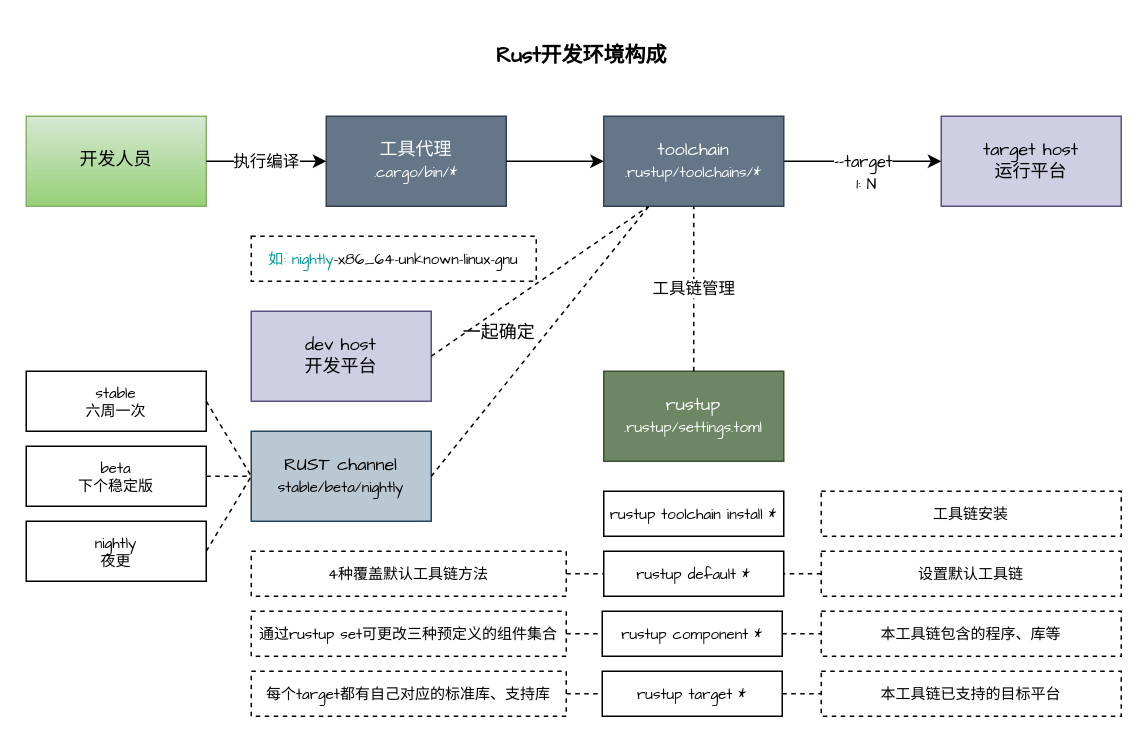
The draw.io diagram note/diagram/rustup.drawio in muksee/drust, before the edit. Source tidied: cells renumbered, new cells numbered last; positions are measured from the earlier drawing's top-left corner, leaving out a move shared by most shapes. Both pictures are drawn from the tidied source at 150%, with x=0, y=0 at pixel (26, 33).
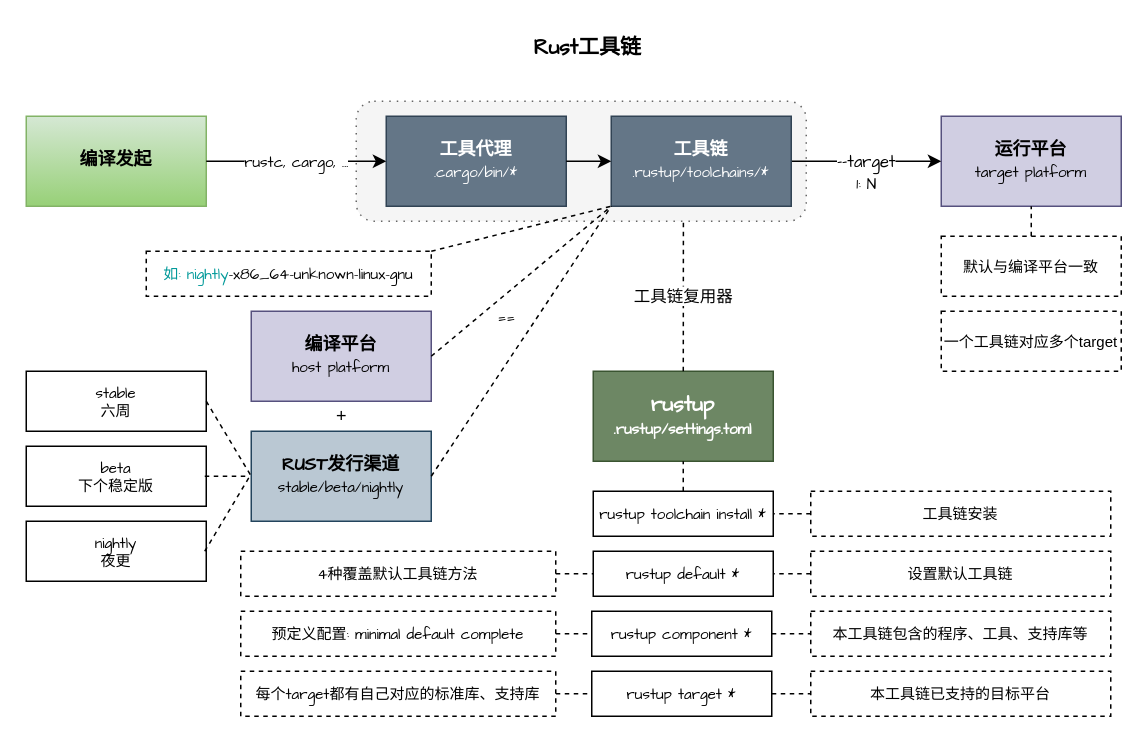
Above is the later version.

Unchanged cells that the change refers to:
```xml
<mxCell id="4" value="beta&lt;br style=&quot;font-size: 10px;&quot;&gt;下个稳定版" style="rounded=0;whiteSpace=wrap;html=1;fontFamily=Comic Sans MS;fontSize=10;" parent="1" vertex="1">
  <mxGeometry y="275" width="120" height="40" as="geometry" />
</mxCell>
<mxCell id="5" value="nightly&lt;br style=&quot;font-size: 10px;&quot;&gt;夜更" style="rounded=0;whiteSpace=wrap;html=1;fontFamily=Comic Sans MS;fontSize=10;" parent="1" vertex="1">
  <mxGeometry y="325" width="120" height="40" as="geometry" />
</mxCell>
```

What changed in the source:
```diff
@@
+    <mxCell id="42" style="rounded=1;whiteSpace=wrap;html=1;fontSize=10;dashed=1;dashPattern=1 4;fillColor=#f5f5f5;strokeColor=#666666;fontColor=#333333;" parent="1" vertex="1">
+      <mxGeometry x="220" y="45" width="300" height="80" as="geometry" />
+    </mxCell>
-    <mxCell id="2" value="dev host&lt;br&gt;开发平台" style="rounded=0;whiteSpace=wrap;html=1;strokeColor=#56517e;fontFamily=Comic Sans MS;fillColor=#d0cee2;" parent="1" vertex="1">
+    <mxCell id="2" value="&lt;b&gt;编译平台&lt;br&gt;&lt;/b&gt;&lt;font style=&quot;font-size: 10px;&quot;&gt;host platform&lt;/font&gt;" style="rounded=0;whiteSpace=wrap;html=1;strokeColor=#56517e;fontFamily=Comic Sans MS;fillColor=#d0cee2;" parent="1" vertex="1">
       <mxGeometry x="150" y="185" width="120" height="60" as="geometry" />
     </mxCell>
-    <mxCell id="3" value="stable&lt;br style=&quot;font-size: 10px;&quot;&gt;六周一次" style="rounded=0;whiteSpace=wrap;html=1;fontFamily=Comic Sans MS;fontSize=10;" parent="1" vertex="1">
+    <mxCell id="3" value="stable&lt;br style=&quot;font-size: 10px;&quot;&gt;六周" style="rounded=0;whiteSpace=wrap;html=1;fontFamily=Comic Sans MS;fontSize=10;" parent="1" vertex="1">
       <mxGeometry y="225" width="120" height="40" as="geometry" />
     </mxCell>
@@
-    <mxCell id="6" value="RUST channel&lt;br&gt;&lt;font style=&quot;font-size: 10px;&quot;&gt;stable/beta/nightly&lt;/font&gt;" style="rounded=0;whiteSpace=wrap;html=1;strokeColor=#23445d;fontFamily=Comic Sans MS;fillColor=#bac8d3;" parent="1" vertex="1">
+    <mxCell id="6" value="&lt;font style=&quot;&quot;&gt;&lt;b&gt;RUST发行渠道&lt;br&gt;&lt;/b&gt;&lt;/font&gt;&lt;font style=&quot;font-size: 10px;&quot;&gt;stable/beta/nightly&lt;/font&gt;" style="rounded=0;whiteSpace=wrap;html=1;strokeColor=#23445d;fontFamily=Comic Sans MS;fillColor=#bac8d3;" parent="1" vertex="1">
       <mxGeometry x="150" y="265" width="120" height="60" as="geometry" />
     </mxCell>
-    <mxCell id="7" value="target host&lt;br&gt;运行平台" style="rounded=0;whiteSpace=wrap;html=1;fontFamily=Comic Sans MS;fillColor=#d0cee2;strokeColor=#56517e;" parent="1" vertex="1">
+    <mxCell id="7" value="&lt;b&gt;运行平台&lt;br&gt;&lt;/b&gt;&lt;font style=&quot;font-size: 10px;&quot;&gt;target platform&lt;/font&gt;" style="rounded=0;whiteSpace=wrap;html=1;fontFamily=Comic Sans MS;fillColor=#d0cee2;strokeColor=#56517e;" parent="1" vertex="1">
       <mxGeometry x="610" y="55" width="120" height="60" as="geometry" />
     </mxCell>
-    <mxCell id="8" value="工具代理&lt;br&gt;&lt;font style=&quot;font-size: 10px;&quot;&gt;.cargo/bin/*&lt;/font&gt;" style="rounded=0;whiteSpace=wrap;html=1;fontFamily=Comic Sans MS;fillColor=#647687;fontColor=#ffffff;strokeColor=#314354;" parent="1" vertex="1">
-      <mxGeometry x="200" y="55" width="120" height="60" as="geometry" />
+    <mxCell id="8" value="&lt;b&gt;工具代理&lt;br&gt;&lt;/b&gt;&lt;font style=&quot;font-size: 10px;&quot;&gt;.cargo/bin/*&lt;/font&gt;" style="rounded=0;whiteSpace=wrap;html=1;fontFamily=Comic Sans MS;fillColor=#647687;fontColor=#ffffff;strokeColor=#314354;" parent="1" vertex="1">
+      <mxGeometry x="240" y="55" width="120" height="60" as="geometry" />
     </mxCell>
@@
-    <mxCell id="10" value="toolchain&lt;br&gt;&lt;font style=&quot;font-size: 10px;&quot;&gt;.rustup/toolchains/*&lt;/font&gt;" style="rounded=0;whiteSpace=wrap;html=1;fontFamily=Comic Sans MS;fillColor=#647687;fontColor=#ffffff;strokeColor=#314354;" parent="1" vertex="1">
-      <mxGeometry x="385" y="55" width="120" height="60" as="geometry" />
+    <mxCell id="10" value="&lt;font style=&quot;&quot;&gt;&lt;b&gt;工具链&lt;br&gt;&lt;/b&gt;&lt;/font&gt;&lt;font style=&quot;font-size: 10px;&quot;&gt;.rustup/toolchains/*&lt;/font&gt;" style="rounded=0;whiteSpace=wrap;html=1;fontFamily=Comic Sans MS;fillColor=#647687;fontColor=#ffffff;strokeColor=#314354;" parent="1" vertex="1">
+      <mxGeometry x="390" y="55" width="120" height="60" as="geometry" />
     </mxCell>
-    <mxCell id="11" value="开发人员" style="rounded=0;whiteSpace=wrap;html=1;fontFamily=Comic Sans MS;fillColor=#d5e8d4;strokeColor=#82b366;gradientColor=#97d077;" parent="1" vertex="1">
+    <mxCell id="11" value="&lt;b&gt;编译发起&lt;/b&gt;" style="rounded=0;whiteSpace=wrap;html=1;fontFamily=Comic Sans MS;fillColor=#d5e8d4;strokeColor=#82b366;gradientColor=#97d077;" parent="1" vertex="1">
       <mxGeometry y="55" width="120" height="60" as="geometry" />
     </mxCell>
-    <mxCell id="12" value="执行编译" style="endArrow=classic;html=1;exitX=1;exitY=0.5;exitDx=0;exitDy=0;fontFamily=Comic Sans MS;" parent="1" edge="1" source="11" target="8">
-      <mxGeometry relative="1" as="geometry" />
+    <mxCell id="12" value="&lt;font style=&quot;font-size: 10px;&quot;&gt;rustc, cargo, ...&lt;/font&gt;" style="endArrow=classic;html=1;exitX=1;exitY=0.5;exitDx=0;exitDy=0;fontFamily=Comic Sans MS;" parent="1" edge="1" source="11" target="8">
+      <mxGeometry relative="1" as="geometry">
+        <Array as="points">
+          <mxPoint x="160" y="85" />
+        </Array>
+      </mxGeometry>
     </mxCell>
     <mxCell id="13" value="&lt;font color=&quot;#009999&quot; style=&quot;font-size: 10px;&quot;&gt;如: nightly&lt;/font&gt;-&lt;font style=&quot;font-size: 10px;&quot;&gt;x86_64-unknown-linux-gnu&lt;/font&gt;" style="rounded=0;whiteSpace=wrap;html=1;dashed=1;fontFamily=Comic Sans MS;fontSize=10;" parent="1" vertex="1">
-      <mxGeometry x="150" y="135" width="190" height="30" as="geometry" />
+      <mxGeometry x="80" y="145" width="190" height="30" as="geometry" />
     </mxCell>
@@
-    <mxCell id="15" style="endArrow=none;dashed=1;html=1;fontColor=#000000;exitX=1;exitY=0.5;exitDx=0;exitDy=0;fontFamily=Comic Sans MS;entryX=0.25;entryY=1;entryDx=0;entryDy=0;" parent="1" edge="1" source="2" target="10">
+    <mxCell id="15" style="endArrow=none;dashed=1;html=1;fontColor=#000000;exitX=1;exitY=0.5;exitDx=0;exitDy=0;fontFamily=Comic Sans MS;entryX=0;entryY=1;entryDx=0;entryDy=0;" parent="1" edge="1" source="2" target="10">
       <mxGeometry relative="1" as="geometry" />
     </mxCell>
-    <mxCell id="16" style="endArrow=none;dashed=1;html=1;fontColor=#000000;entryX=0.25;entryY=1;entryDx=0;entryDy=0;exitX=1;exitY=0.5;exitDx=0;exitDy=0;fontFamily=Comic Sans MS;" parent="1" edge="1" source="6" target="10">
+    <mxCell id="16" style="endArrow=none;dashed=1;html=1;fontColor=#000000;entryX=0;entryY=1;entryDx=0;entryDy=0;exitX=1;exitY=0.5;exitDx=0;exitDy=0;fontFamily=Comic Sans MS;" parent="1" edge="1" source="6" target="10">
       <mxGeometry relative="1" as="geometry" />
     </mxCell>
@@
-    <mxCell id="18" style="endArrow=none;dashed=1;html=1;fontColor=#000000;exitX=1;exitY=0.5;exitDx=0;exitDy=0;entryX=0;entryY=0.5;entryDx=0;entryDy=0;fontFamily=Comic Sans MS;" parent="1" edge="1" source="4" target="6">
-      <mxGeometry relative="1" as="geometry" />
+    <mxCell id="18" style="endArrow=none;dashed=1;html=1;fontColor=#000000;exitX=1;exitY=0.5;exitDx=0;exitDy=0;entryX=0;entryY=0.5;entryDx=0;entryDy=0;fontFamily=Comic Sans MS;" parent="1" edge="1">
+      <mxGeometry relative="1" as="geometry">
+        <mxPoint x="119" y="295" as="sourcePoint" />
+        <mxPoint x="149" y="295" as="targetPoint" />
+      </mxGeometry>
     </mxCell>
-    <mxCell id="19" style="endArrow=none;dashed=1;html=1;fontColor=#000000;exitX=1;exitY=0.5;exitDx=0;exitDy=0;entryX=0;entryY=0.5;entryDx=0;entryDy=0;fontFamily=Comic Sans MS;" parent="1" edge="1" source="5" target="6">
-      <mxGeometry relative="1" as="geometry" />
+    <mxCell id="19" style="endArrow=none;dashed=1;html=1;fontColor=#000000;exitX=1;exitY=0.5;exitDx=0;exitDy=0;entryX=0;entryY=0.5;entryDx=0;entryDy=0;fontFamily=Comic Sans MS;" parent="1" edge="1">
+      <mxGeometry relative="1" as="geometry">
+        <mxPoint x="119" y="345" as="sourcePoint" />
+        <mxPoint x="149" y="295" as="targetPoint" />
+      </mxGeometry>
     </mxCell>
-    <mxCell id="20" value="一起确定" style="text;html=1;align=center;verticalAlign=middle;strokeColor=none;fillColor=none;fontColor=#000000;fontFamily=Comic Sans MS;" parent="1" vertex="1">
-      <mxGeometry x="280" y="185" width="70" height="30" as="geometry" />
+    <mxCell id="20" value="==" style="text;html=1;align=center;verticalAlign=middle;strokeColor=none;fillColor=none;fontColor=#000000;fontFamily=Comic Sans MS;" parent="1" vertex="1">
+      <mxGeometry x="300" y="175" width="40" height="30" as="geometry" />
     </mxCell>
-    <mxCell id="21" value="rustup&lt;br&gt;&lt;font style=&quot;font-size: 10px;&quot;&gt;.rustup/settings.toml&lt;/font&gt;" style="rounded=0;whiteSpace=wrap;html=1;fontFamily=Comic Sans MS;fillColor=#6d8764;strokeColor=#3A5431;fontColor=#ffffff;" parent="1" vertex="1">
-      <mxGeometry x="385" y="225" width="120" height="60" as="geometry" />
+    <mxCell id="21" value="&lt;b&gt;&lt;font style=&quot;font-size: 14px;&quot;&gt;rustup&lt;/font&gt;&lt;br&gt;&lt;font style=&quot;font-size: 10px;&quot;&gt;.rustup/settings.toml&lt;/font&gt;&lt;/b&gt;" style="rounded=0;whiteSpace=wrap;html=1;fontFamily=Comic Sans MS;fillColor=#6d8764;strokeColor=#3A5431;fontColor=#ffffff;" parent="1" vertex="1">
+      <mxGeometry x="378" y="225" width="120" height="60" as="geometry" />
     </mxCell>
-    <mxCell id="22" value="工具链管理" style="endArrow=none;dashed=1;html=1;fontColor=#000000;entryX=0.5;entryY=1;entryDx=0;entryDy=0;fontFamily=Comic Sans MS;" parent="1" edge="1" source="21" target="10">
+    <mxCell id="22" value="工具链复用器" style="endArrow=none;dashed=1;html=1;fontColor=#000000;fontFamily=Comic Sans MS;entryX=0.727;entryY=1;entryDx=0;entryDy=0;entryPerimeter=0;" parent="1" edge="1" source="21" target="42">
       <mxGeometry relative="1" as="geometry" />
     </mxCell>
     <mxCell id="23" value="rustup toolchain install *" style="rounded=0;whiteSpace=wrap;html=1;fontSize=10;fontFamily=Comic Sans MS;" parent="1" vertex="1">
-      <mxGeometry x="385" y="305" width="120" height="30" as="geometry" />
+      <mxGeometry x="378" y="305" width="120" height="30" as="geometry" />
     </mxCell>
     <mxCell id="24" value="rustup default *" style="rounded=0;whiteSpace=wrap;html=1;fontSize=10;fontFamily=Comic Sans MS;" parent="1" vertex="1">
-      <mxGeometry x="385" y="345" width="120" height="30" as="geometry" />
+      <mxGeometry x="378" y="345" width="120" height="30" as="geometry" />
     </mxCell>
     <mxCell id="25" value="rustup target *" style="rounded=0;whiteSpace=wrap;html=1;fontSize=10;fontFamily=Comic Sans MS;" parent="1" vertex="1">
-      <mxGeometry x="384" y="425" width="120" height="30" as="geometry" />
+      <mxGeometry x="377" y="425" width="120" height="30" as="geometry" />
     </mxCell>
@@
     <mxCell id="27" value="rustup component *" style="rounded=0;whiteSpace=wrap;html=1;fontSize=10;fontFamily=Comic Sans MS;" parent="1" vertex="1">
-      <mxGeometry x="384" y="385" width="120" height="30" as="geometry" />
+      <mxGeometry x="377" y="385" width="120" height="30" as="geometry" />
     </mxCell>
-    <mxCell id="28" value="本工具链包含的程序、库等" style="rounded=0;whiteSpace=wrap;html=1;fontSize=10;dashed=1;fontFamily=Comic Sans MS;" parent="1" vertex="1">
-      <mxGeometry x="530" y="385" width="200" height="30" as="geometry" />
+    <mxCell id="28" value="本工具链包含的程序、工具、支持库等" style="rounded=0;whiteSpace=wrap;html=1;fontSize=10;dashed=1;fontFamily=Comic Sans MS;" parent="1" vertex="1">
+      <mxGeometry x="523" y="385" width="200" height="30" as="geometry" />
     </mxCell>
     <mxCell id="29" value="本工具链已支持的目标平台" style="rounded=0;whiteSpace=wrap;html=1;fontSize=10;dashed=1;fontFamily=Comic Sans MS;" parent="1" vertex="1">
-      <mxGeometry x="530" y="425" width="200" height="30" as="geometry" />
+      <mxGeometry x="523" y="425" width="200" height="30" as="geometry" />
     </mxCell>
     <mxCell id="30" value="设置默认工具链" style="rounded=0;whiteSpace=wrap;html=1;fontSize=10;dashed=1;fontFamily=Comic Sans MS;" parent="1" vertex="1">
-      <mxGeometry x="530" y="345" width="200" height="30" as="geometry" />
+      <mxGeometry x="523" y="345" width="200" height="30" as="geometry" />
     </mxCell>
     <mxCell id="31" value="工具链安装" style="rounded=0;whiteSpace=wrap;html=1;fontSize=10;dashed=1;fontFamily=Comic Sans MS;" parent="1" vertex="1">
-      <mxGeometry x="530" y="305" width="200" height="30" as="geometry" />
+      <mxGeometry x="523" y="305" width="200" height="30" as="geometry" />
     </mxCell>
     <mxCell id="32" value="4种覆盖默认工具链方法" style="rounded=0;whiteSpace=wrap;html=1;fontSize=10;dashed=1;fontFamily=Comic Sans MS;" parent="1" vertex="1">
-      <mxGeometry x="150" y="345" width="210" height="30" as="geometry" />
+      <mxGeometry x="143" y="345" width="210" height="30" as="geometry" />
     </mxCell>
@@
     <mxCell id="35" value="每个target都有自己对应的标准库、支持库" style="rounded=0;whiteSpace=wrap;html=1;fontSize=10;dashed=1;fontFamily=Comic Sans MS;" parent="1" vertex="1">
-      <mxGeometry x="150" y="425" width="210" height="30" as="geometry" />
+      <mxGeometry x="143" y="425" width="210" height="30" as="geometry" />
     </mxCell>
@@
-    <mxCell id="38" value="通过rustup set可更改三种预定义的组件集合" style="rounded=0;whiteSpace=wrap;html=1;fontSize=10;dashed=1;fontFamily=Comic Sans MS;" parent="1" vertex="1">
-      <mxGeometry x="150" y="385" width="210" height="30" as="geometry" />
+    <mxCell id="38" value="预定义配置: minimal default complete" style="rounded=0;whiteSpace=wrap;html=1;fontSize=10;dashed=1;fontFamily=Comic Sans MS;" parent="1" vertex="1">
+      <mxGeometry x="143" y="385" width="210" height="30" as="geometry" />
     </mxCell>
@@
-    <mxCell id="41" value="Rust开发环境构成" style="text;html=1;align=center;verticalAlign=middle;strokeColor=none;fillColor=none;fontSize=14;fontFamily=Comic Sans MS;fontColor=#000000;fontStyle=1;" parent="1" vertex="1">
-      <mxGeometry x="300" width="140" height="30" as="geometry" />
+    <mxCell id="41" value="Rust工具链" style="text;html=1;align=center;verticalAlign=middle;strokeColor=none;fillColor=none;fontSize=14;fontFamily=Comic Sans MS;fontColor=#000000;fontStyle=1;" parent="1" vertex="1">
+      <mxGeometry x="324" y="-5" width="100" height="30" as="geometry" />
     </mxCell>
+    <mxCell id="43" value="+" style="text;html=1;align=center;verticalAlign=middle;strokeColor=none;fillColor=none;" parent="1" vertex="1">
+      <mxGeometry x="195" y="240" width="30" height="30" as="geometry" />
+    </mxCell>
+    <mxCell id="44" style="endArrow=none;dashed=1;html=1;entryX=0.5;entryY=1;entryDx=0;entryDy=0;" parent="1" edge="1" source="23" target="21">
+      <mxGeometry relative="1" as="geometry" />
+    </mxCell>
+    <mxCell id="45" style="endArrow=none;dashed=1;html=1;entryX=1;entryY=0.5;entryDx=0;entryDy=0;exitX=0;exitY=0.5;exitDx=0;exitDy=0;" parent="1" edge="1" source="31" target="23">
+      <mxGeometry relative="1" as="geometry" />
+    </mxCell>
+    <mxCell id="46" value="默认与编译平台一致" style="rounded=0;whiteSpace=wrap;html=1;fontSize=10;dashed=1;" parent="1" vertex="1">
+      <mxGeometry x="610" y="135" width="120" height="40" as="geometry" />
+    </mxCell>
+    <mxCell id="47" value="一个工具链对应多个target" style="rounded=0;whiteSpace=wrap;html=1;fontSize=10;dashed=1;" parent="1" vertex="1">
+      <mxGeometry x="610" y="185" width="120" height="40" as="geometry" />
+    </mxCell>
+    <mxCell id="48" style="endArrow=none;dashed=1;html=1;fontSize=10;entryX=0.5;entryY=1;entryDx=0;entryDy=0;" parent="1" edge="1" source="46" target="7">
+      <mxGeometry relative="1" as="geometry" />
+    </mxCell>
+    <mxCell id="49" style="endArrow=none;dashed=1;html=1;fontSize=14;entryX=0;entryY=1;entryDx=0;entryDy=0;exitX=1;exitY=0;exitDx=0;exitDy=0;" parent="1" edge="1" source="13" target="10">
+      <mxGeometry relative="1" as="geometry" />
+    </mxCell>
```
